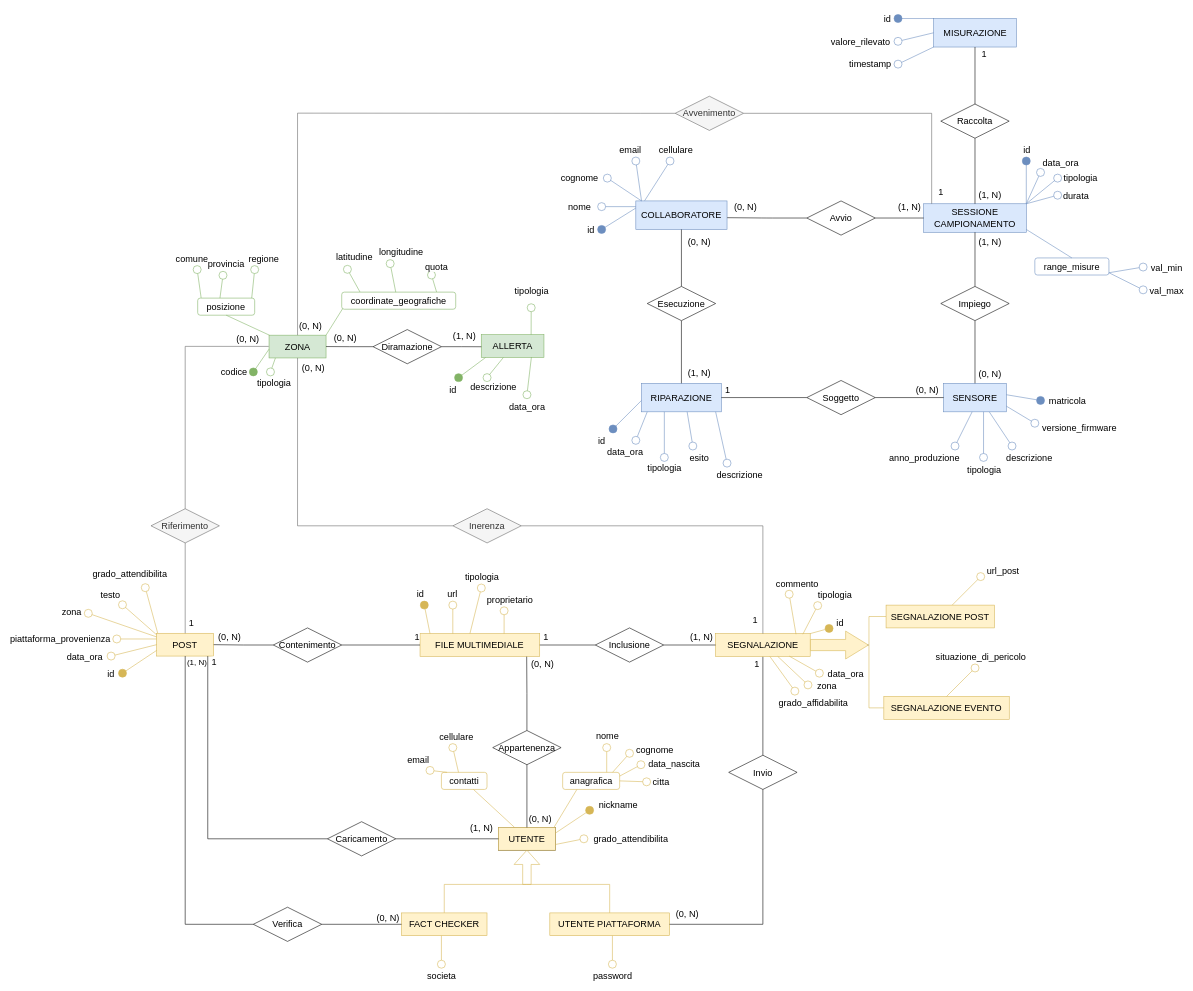
faffolao/ProgettoBD2022 keeps this draw.io diagram as page "Diagramma completo" (7 of 7) of diagramma-er.drawio. Above is the earlier version. Source tidied: cells renumbered, new cells numbered last; positions are measured from the earlier drawing's top-left corner, leaving out a move shared by most shapes. Both pictures are drawn from the tidied source at 57%, with x=0, y=0 at pixel (88, 18).
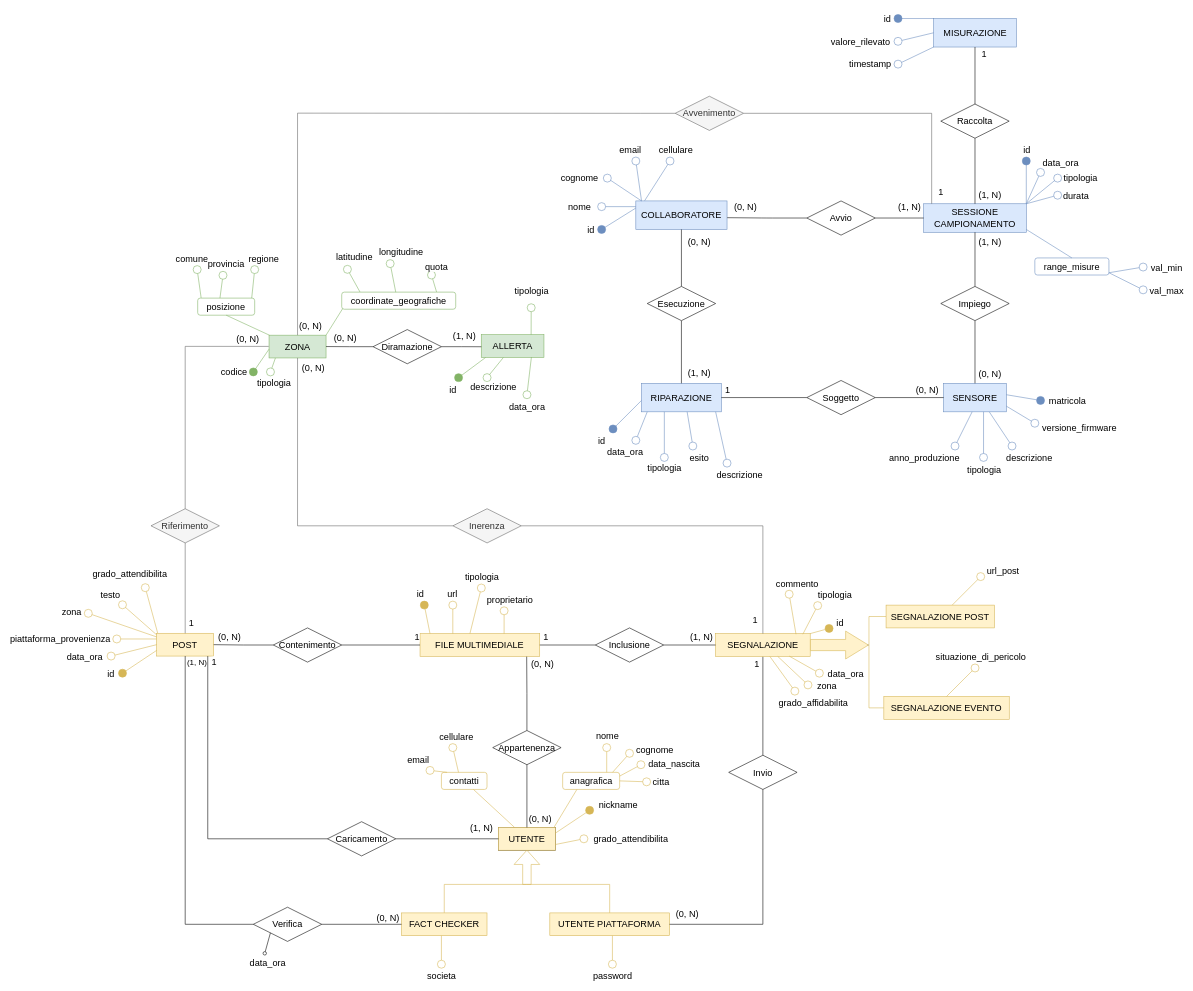
Above is the later version.

Unchanged cells that the change refers to:
```xml
<mxCell id="163" value="Verifica" style="shape=rhombus;perimeter=rhombusPerimeter;whiteSpace=wrap;html=1;align=center;fontSize=16;fillColor=none;" parent="1" vertex="1">
  <mxGeometry x="289.9" y="1559.1" width="120" height="60" as="geometry" />
</mxCell>
```

Diff of the diagram source:
```diff
@@
+    <mxCell id="236" style="endArrow=none;html=1;rounded=0;fontSize=16;entryX=0;entryY=1;entryDx=0;entryDy=0;startArrow=oval;startFill=0;" parent="1" edge="1" target="163">
+      <mxGeometry relative="1" as="geometry">
+        <mxPoint x="310" y="1640" as="sourcePoint" />
+      </mxGeometry>
+    </mxCell>
+    <mxCell id="237" value="data_ora" style="edgeLabel;html=1;align=center;verticalAlign=middle;fontSize=16;" parent="236" vertex="1">
+      <mxGeometry x="0.67" relative="1" as="geometry">
+        <mxPoint x="-4" y="45" as="offset" />
+      </mxGeometry>
+    </mxCell>
```
